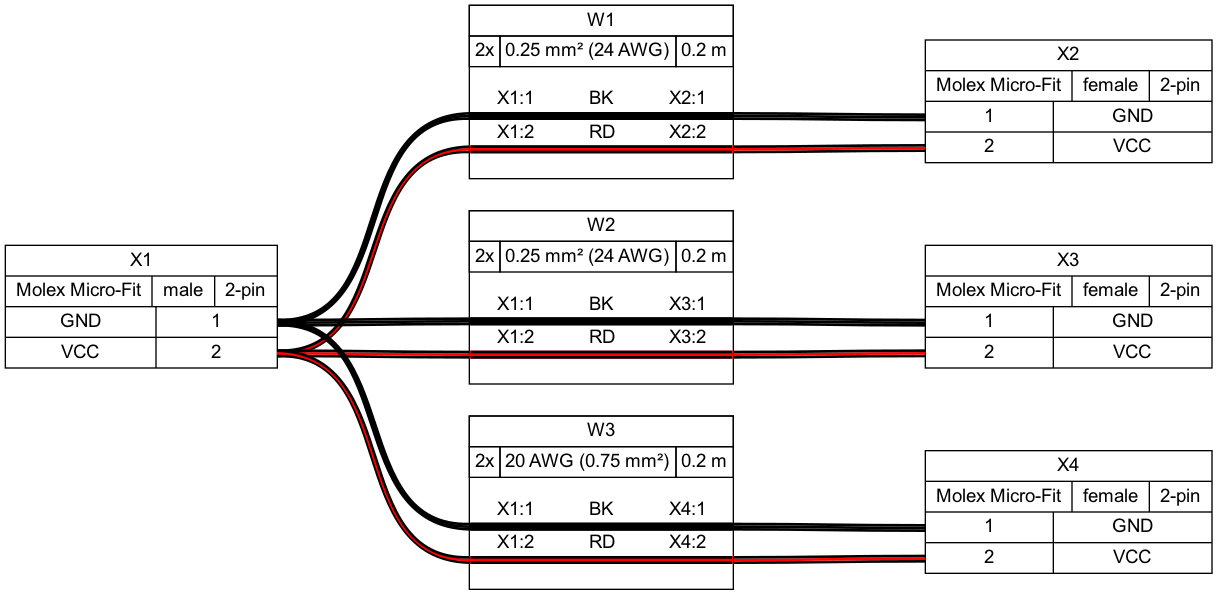
The Graphviz diagram examples/ex02.png in wireviz/WireViz, before a commit. Its source is kept beside it as examples/ex02.gv.
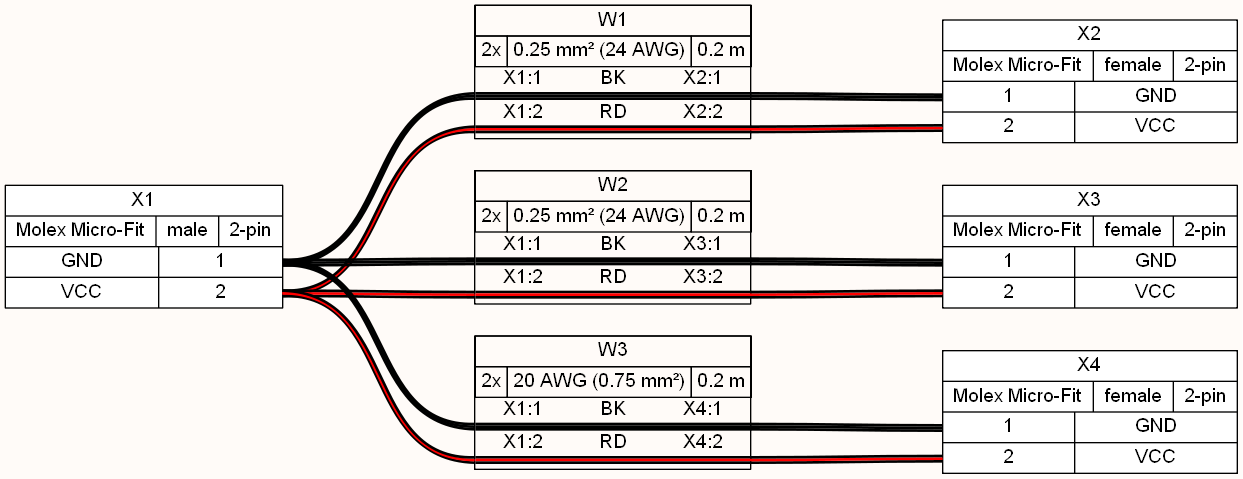
After the commit.

What changed in the source:
```diff
@@ -1,5 +1,5 @@
 graph {
-	graph [bgcolor=white fontname=arial nodesep=0.33 rankdir=LR ranksep=2]
+	graph [bgcolor="#fffbf8" fontname=arial nodesep=0.33 rankdir=LR ranksep=2]
 	node [fillcolor=white fontname=arial shape=record style=filled]
 	edge [fontname=arial style=bold]
 	X1 [label="X1|{Molex Micro-Fit|male|2-pin}|{{GND|VCC}|{<p1r>1|<p2r>2}}"]
@@ -12,19 +12,19 @@
 	edge [color="#000000:#ff0000:#000000"]
 	X1:p2r:e -- W1:w2:w
 	W1:w2:e -- X2:p2l:w
-	W1 [label=<<table border="0" cellspacing="0" cellpadding="0"><tr><td><table border="0" cellspacing="0" cellpadding="3" cellborder="1"><tr><td colspan="3">W1</td></tr><tr><td>2x</td><td>0.25 mm² (24 AWG)</td><td>0.2 m</td></tr></table></td></tr><tr><td>&nbsp;</td></tr><tr><td><table border="0" cellspacing="0" cellborder="0"><tr><td>X1:1</td><td>BK</td><td>X2:1</td></tr><tr><td colspan="3" cellpadding="0" height="6" bgcolor="#000000" border="2" sides="tb" port="w1"></td></tr><tr><td>X1:2</td><td>RD</td><td>X2:2</td></tr><tr><td colspan="3" cellpadding="0" height="6" bgcolor="#ff0000" border="2" sides="tb" port="w2"></td></tr><tr><td>&nbsp;</td></tr></table></td></tr></table>> fillcolor=white margin=0 shape=box style=""]
+	W1 [label=<<table border="0" cellspacing="0" cellpadding="0"><tr><td><table border="0" cellspacing="0" cellpadding="3" cellborder="1"><tr><td colspan="3">W1</td></tr><tr><td>2x</td><td>0.25 mm² (24 AWG)</td><td>0.2 m</td></tr></table></td></tr><tr><td></td></tr><tr><td><table border="0" cellspacing="0" cellborder="0"><tr><td>X1:1</td><td>BK</td><td>X2:1</td></tr><tr><td colspan="3" border="0" cellspacing="0" cellpadding="0" port="w1" height="6"><table cellspacing="0" cellborder="0" border = "0"><tr><td colspan="3" cellpadding="0" height="2" bgcolor="#000000" border="0"></td></tr><tr><td colspan="3" cellpadding="0" height="2" bgcolor="#000000" border="0"></td></tr><tr><td colspan="3" cellpadding="0" height="2" bgcolor="#000000" border="0"></td></tr></table></td></tr><tr><td>X1:2</td><td>RD</td><td>X2:2</td></tr><tr><td colspan="3" border="0" cellspacing="0" cellpadding="0" port="w2" height="6"><table cellspacing="0" cellborder="0" border = "0"><tr><td colspan="3" cellpadding="0" height="2" bgcolor="#000000" border="0"></td></tr><tr><td colspan="3" cellpadding="0" height="2" bgcolor="#ff0000" border="0"></td></tr><tr><td colspan="3" cellpadding="0" height="2" bgcolor="#000000" border="0"></td></tr></table></td></tr><tr><td></td></tr></table></td></tr></table>> fillcolor=white margin=0 shape=box style=""]
 	edge [color="#000000:#000000:#000000"]
 	X1:p1r:e -- W2:w1:w
 	W2:w1:e -- X3:p1l:w
 	edge [color="#000000:#ff0000:#000000"]
 	X1:p2r:e -- W2:w2:w
 	W2:w2:e -- X3:p2l:w
-	W2 [label=<<table border="0" cellspacing="0" cellpadding="0"><tr><td><table border="0" cellspacing="0" cellpadding="3" cellborder="1"><tr><td colspan="3">W2</td></tr><tr><td>2x</td><td>0.25 mm² (24 AWG)</td><td>0.2 m</td></tr></table></td></tr><tr><td>&nbsp;</td></tr><tr><td><table border="0" cellspacing="0" cellborder="0"><tr><td>X1:1</td><td>BK</td><td>X3:1</td></tr><tr><td colspan="3" cellpadding="0" height="6" bgcolor="#000000" border="2" sides="tb" port="w1"></td></tr><tr><td>X1:2</td><td>RD</td><td>X3:2</td></tr><tr><td colspan="3" cellpadding="0" height="6" bgcolor="#ff0000" border="2" sides="tb" port="w2"></td></tr><tr><td>&nbsp;</td></tr></table></td></tr></table>> fillcolor=white margin=0 shape=box style=""]
+	W2 [label=<<table border="0" cellspacing="0" cellpadding="0"><tr><td><table border="0" cellspacing="0" cellpadding="3" cellborder="1"><tr><td colspan="3">W2</td></tr><tr><td>2x</td><td>0.25 mm² (24 AWG)</td><td>0.2 m</td></tr></table></td></tr><tr><td></td></tr><tr><td><table border="0" cellspacing="0" cellborder="0"><tr><td>X1:1</td><td>BK</td><td>X3:1</td></tr><tr><td colspan="3" border="0" cellspacing="0" cellpadding="0" port="w1" height="6"><table cellspacing="0" cellborder="0" border = "0"><tr><td colspan="3" cellpadding="0" height="2" bgcolor="#000000" border="0"></td></tr><tr><td colspan="3" cellpadding="0" height="2" bgcolor="#000000" border="0"></td></tr><tr><td colspan="3" cellpadding="0" height="2" bgcolor="#000000" border="0"></td></tr></table></td></tr><tr><td>X1:2</td><td>RD</td><td>X3:2</td></tr><tr><td colspan="3" border="0" cellspacing="0" cellpadding="0" port="w2" height="6"><table cellspacing="0" cellborder="0" border = "0"><tr><td colspan="3" cellpadding="0" height="2" bgcolor="#000000" border="0"></td></tr><tr><td colspan="3" cellpadding="0" height="2" bgcolor="#ff0000" border="0"></td></tr><tr><td colspan="3" cellpadding="0" height="2" bgcolor="#000000" border="0"></td></tr></table></td></tr><tr><td></td></tr></table></td></tr></table>> fillcolor=white margin=0 shape=box style=""]
 	edge [color="#000000:#000000:#000000"]
 	X1:p1r:e -- W3:w1:w
 	W3:w1:e -- X4:p1l:w
 	edge [color="#000000:#ff0000:#000000"]
 	X1:p2r:e -- W3:w2:w
 	W3:w2:e -- X4:p2l:w
-	W3 [label=<<table border="0" cellspacing="0" cellpadding="0"><tr><td><table border="0" cellspacing="0" cellpadding="3" cellborder="1"><tr><td colspan="3">W3</td></tr><tr><td>2x</td><td>20 AWG (0.75 mm²)</td><td>0.2 m</td></tr></table></td></tr><tr><td>&nbsp;</td></tr><tr><td><table border="0" cellspacing="0" cellborder="0"><tr><td>X1:1</td><td>BK</td><td>X4:1</td></tr><tr><td colspan="3" cellpadding="0" height="6" bgcolor="#000000" border="2" sides="tb" port="w1"></td></tr><tr><td>X1:2</td><td>RD</td><td>X4:2</td></tr><tr><td colspan="3" cellpadding="0" height="6" bgcolor="#ff0000" border="2" sides="tb" port="w2"></td></tr><tr><td>&nbsp;</td></tr></table></td></tr></table>> fillcolor=white margin=0 shape=box style=""]
+	W3 [label=<<table border="0" cellspacing="0" cellpadding="0"><tr><td><table border="0" cellspacing="0" cellpadding="3" cellborder="1"><tr><td colspan="3">W3</td></tr><tr><td>2x</td><td>20 AWG (0.75 mm²)</td><td>0.2 m</td></tr></table></td></tr><tr><td></td></tr><tr><td><table border="0" cellspacing="0" cellborder="0"><tr><td>X1:1</td><td>BK</td><td>X4:1</td></tr><tr><td colspan="3" border="0" cellspacing="0" cellpadding="0" port="w1" height="6"><table cellspacing="0" cellborder="0" border = "0"><tr><td colspan="3" cellpadding="0" height="2" bgcolor="#000000" border="0"></td></tr><tr><td colspan="3" cellpadding="0" height="2" bgcolor="#000000" border="0"></td></tr><tr><td colspan="3" cellpadding="0" height="2" bgcolor="#000000" border="0"></td></tr></table></td></tr><tr><td>X1:2</td><td>RD</td><td>X4:2</td></tr><tr><td colspan="3" border="0" cellspacing="0" cellpadding="0" port="w2" height="6"><table cellspacing="0" cellborder="0" border = "0"><tr><td colspan="3" cellpadding="0" height="2" bgcolor="#000000" border="0"></td></tr><tr><td colspan="3" cellpadding="0" height="2" bgcolor="#ff0000" border="0"></td></tr><tr><td colspan="3" cellpadding="0" height="2" bgcolor="#000000" border="0"></td></tr></table></td></tr><tr><td></td></tr></table></td></tr></table>> fillcolor=white margin=0 shape=box style=""]
 }
```
